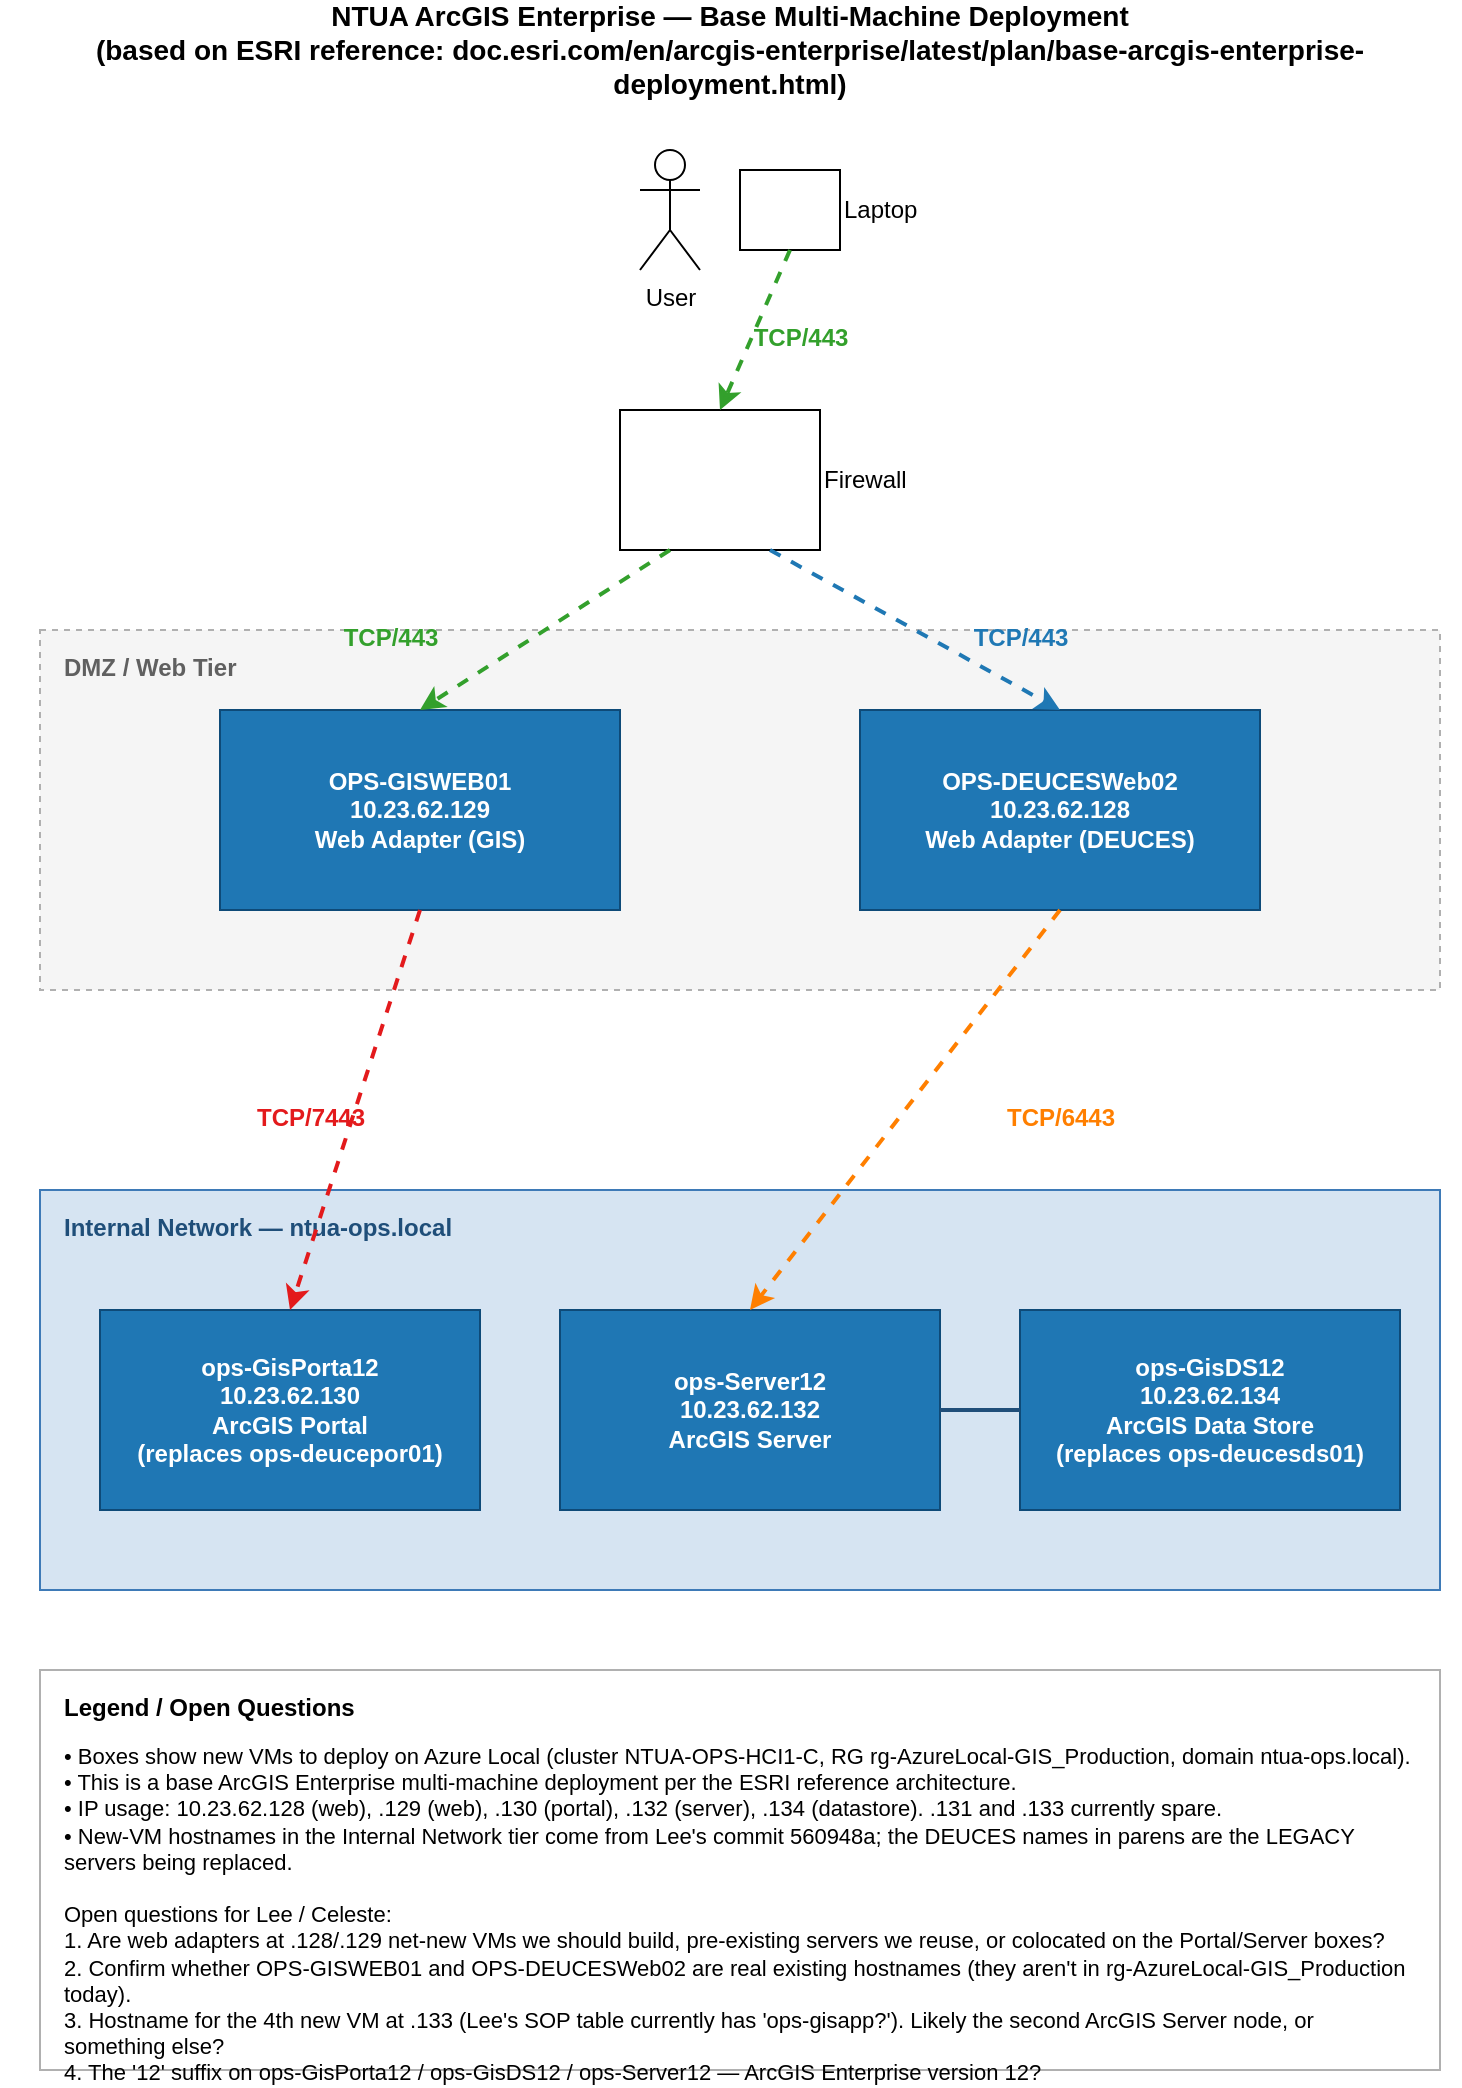
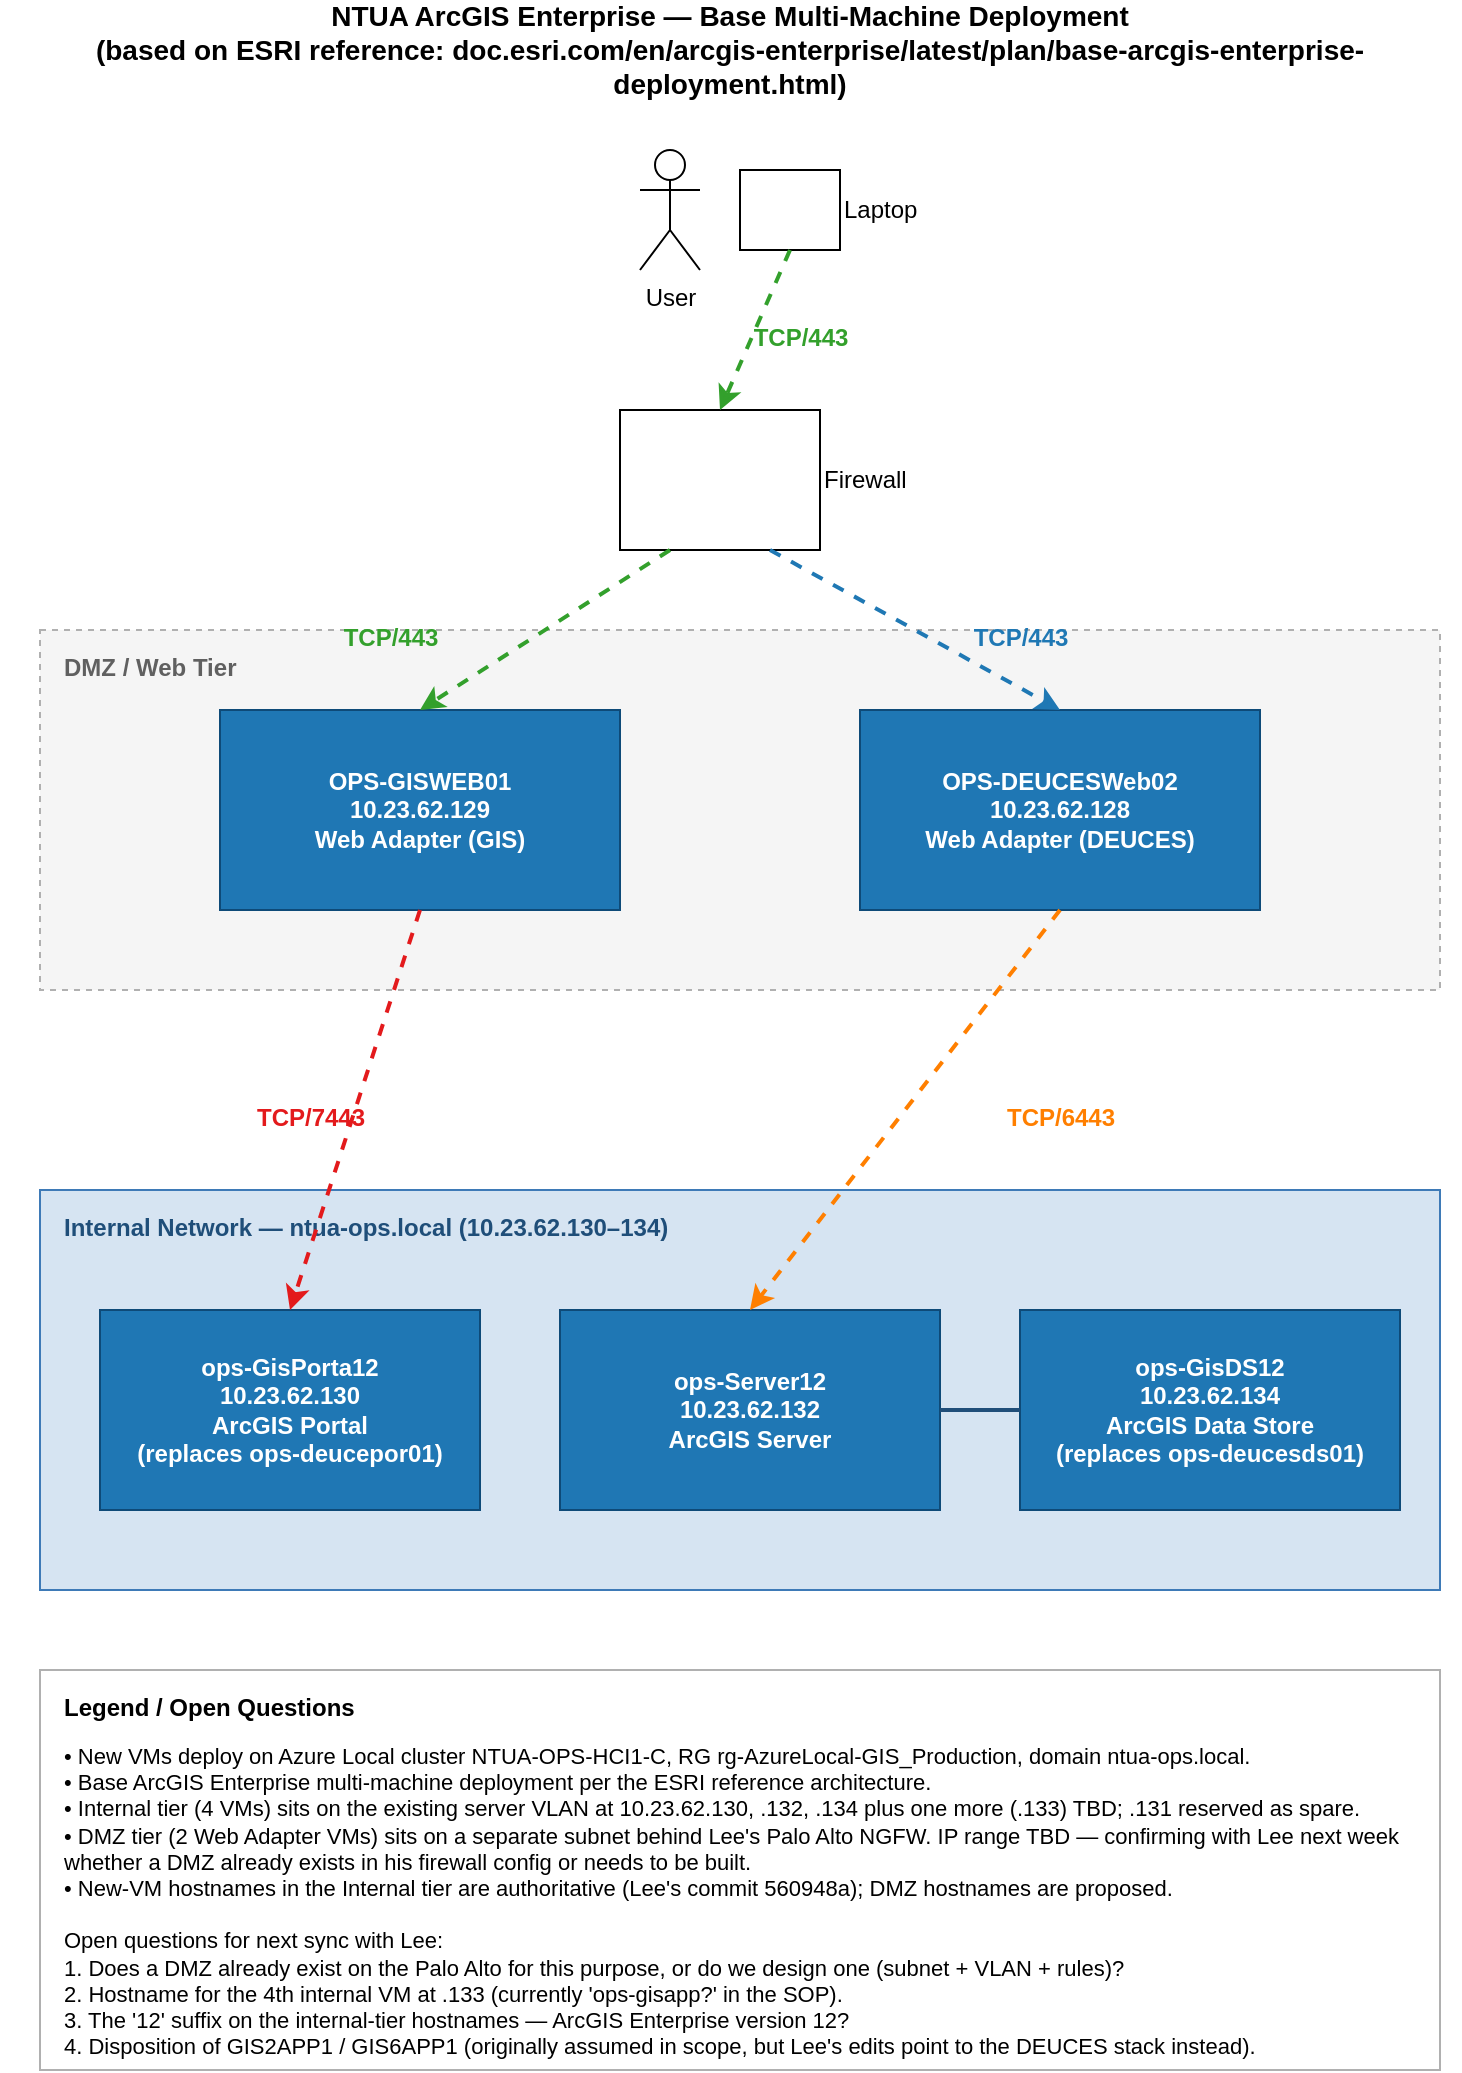
<mxfile host="65bd71144e">
-   <diagram name="ArcGIS Enterprise — NTUA" id="ntua-arcgis-v1">
-     <mxGraphModel dx="1422" dy="794" grid="1" gridSize="10" guides="1" tooltips="1" connect="1" arrows="1" fold="1" page="1" pageScale="1" pageWidth="850" pageHeight="1100" math="0" shadow="0">
-       <root>
-         <mxCell id="0" />
-         <mxCell id="1" parent="0" />
-         <mxCell id="title" value="NTUA ArcGIS Enterprise — Base Multi-Machine Deployment&#10;(based on ESRI reference: doc.esri.com/en/arcgis-enterprise/latest/plan/base-arcgis-enterprise-deployment.html)" style="text;html=1;align=center;verticalAlign=middle;whiteSpace=wrap;fontSize=14;fontStyle=1;" vertex="1" parent="1">
-           <mxGeometry x="60" y="20" width="730" height="40" as="geometry" />
-         </mxCell>
-         <mxCell id="user" value="User" style="shape=umlActor;verticalLabelPosition=bottom;labelPosition=center;verticalAlign=top;html=1;outlineConnect=0;" vertex="1" parent="1">
-           <mxGeometry x="380" y="90" width="30" height="60" as="geometry" />
-         </mxCell>
-         <mxCell id="laptop" value="Laptop" style="shape=mscae/Laptop;html=1;labelPosition=right;align=left;verticalAlign=middle;" vertex="1" parent="1">
-           <mxGeometry x="430" y="100" width="50" height="40" as="geometry" />
-         </mxCell>
-         <mxCell id="fw" value="Firewall" style="shape=mscae/Firewall;html=1;labelPosition=right;align=left;verticalAlign=middle;" vertex="1" parent="1">
-           <mxGeometry x="370" y="220" width="100" height="70" as="geometry" />
-         </mxCell>
-         <mxCell id="e-user-fw" style="endArrow=classic;html=1;dashed=1;strokeColor=#33A02C;strokeWidth=2;fontColor=#33A02C;exitX=0.5;exitY=1;exitDx=0;exitDy=0;entryX=0.5;entryY=0;entryDx=0;entryDy=0;" edge="1" parent="1" source="laptop" target="fw">
-           <mxGeometry relative="1" as="geometry" />
-         </mxCell>
-         <mxCell id="l-user-fw" value="TCP/443" style="text;html=1;align=center;fontColor=#33A02C;fontStyle=1;" vertex="1" parent="1">
-           <mxGeometry x="430" y="170" width="60" height="20" as="geometry" />
-         </mxCell>
-         <mxCell id="dmz-bg" value="" style="rounded=0;whiteSpace=wrap;html=1;fillColor=#F5F5F5;strokeColor=#B0B0B0;dashed=1;" vertex="1" parent="1">
-           <mxGeometry x="80" y="330" width="700" height="180" as="geometry" />
-         </mxCell>
-         <mxCell id="dmz-lbl" value="DMZ / Web Tier" style="text;html=1;align=left;fontStyle=1;fontColor=#606060;" vertex="1" parent="1">
-           <mxGeometry x="90" y="335" width="140" height="20" as="geometry" />
-         </mxCell>
-         <mxCell id="web-gis" value="OPS-GISWEB01&#10;10.23.62.129&#10;Web Adapter (GIS)" style="rounded=0;whiteSpace=wrap;html=1;fillColor=#1F77B4;strokeColor=#0E4A78;fontColor=#FFFFFF;fontStyle=1;" vertex="1" parent="1">
-           <mxGeometry x="170" y="370" width="200" height="100" as="geometry" />
-         </mxCell>
-         <mxCell id="web-deuce" value="OPS-DEUCESWeb02&#10;10.23.62.128&#10;Web Adapter (DEUCES)" style="rounded=0;whiteSpace=wrap;html=1;fillColor=#1F77B4;strokeColor=#0E4A78;fontColor=#FFFFFF;fontStyle=1;" vertex="1" parent="1">
-           <mxGeometry x="490" y="370" width="200" height="100" as="geometry" />
-         </mxCell>
-         <mxCell id="e-fw-web1" style="endArrow=classic;html=1;dashed=1;strokeColor=#33A02C;strokeWidth=2;fontColor=#33A02C;exitX=0.25;exitY=1;exitDx=0;exitDy=0;entryX=0.5;entryY=0;entryDx=0;entryDy=0;" edge="1" parent="1" source="fw" target="web-gis">
-           <mxGeometry relative="1" as="geometry" />
-         </mxCell>
-         <mxCell id="e-fw-web2" style="endArrow=classic;html=1;dashed=1;strokeColor=#1F78B4;strokeWidth=2;fontColor=#1F78B4;exitX=0.75;exitY=1;exitDx=0;exitDy=0;entryX=0.5;entryY=0;entryDx=0;entryDy=0;" edge="1" parent="1" source="fw" target="web-deuce">
-           <mxGeometry relative="1" as="geometry" />
-         </mxCell>
-         <mxCell id="l-fw-web1" value="TCP/443" style="text;html=1;align=center;fontColor=#33A02C;fontStyle=1;" vertex="1" parent="1">
-           <mxGeometry x="225" y="320" width="60" height="20" as="geometry" />
-         </mxCell>
-         <mxCell id="l-fw-web2" value="TCP/443" style="text;html=1;align=center;fontColor=#1F78B4;fontStyle=1;" vertex="1" parent="1">
-           <mxGeometry x="540" y="320" width="60" height="20" as="geometry" />
-         </mxCell>
-         <mxCell id="int-bg" value="" style="rounded=0;whiteSpace=wrap;html=1;fillColor=#D6E4F2;strokeColor=#3E7AB7;dashed=0;" vertex="1" parent="1">
-           <mxGeometry x="80" y="610" width="700" height="200" as="geometry" />
-         </mxCell>
-         <mxCell id="int-lbl" value="Internal Network — ntua-ops.local" style="text;html=1;align=left;fontStyle=1;fontColor=#1F4E79;" vertex="1" parent="1">
-           <mxGeometry x="90" y="615" width="300" height="20" as="geometry" />
-         </mxCell>
-         <mxCell id="portal" value="ops-GisPorta12&#10;10.23.62.130&#10;ArcGIS Portal&#10;(replaces ops-deucepor01)" style="rounded=0;whiteSpace=wrap;html=1;fillColor=#1F77B4;strokeColor=#0E4A78;fontColor=#FFFFFF;fontStyle=1;" vertex="1" parent="1">
-           <mxGeometry x="110" y="670" width="190" height="100" as="geometry" />
-         </mxCell>
-         <mxCell id="server" value="ops-Server12&#10;10.23.62.132&#10;ArcGIS Server" style="rounded=0;whiteSpace=wrap;html=1;fillColor=#1F77B4;strokeColor=#0E4A78;fontColor=#FFFFFF;fontStyle=1;" vertex="1" parent="1">
-           <mxGeometry x="340" y="670" width="190" height="100" as="geometry" />
-         </mxCell>
-         <mxCell id="datastore" value="ops-GisDS12&#10;10.23.62.134&#10;ArcGIS Data Store&#10;(replaces ops-deucesds01)" style="rounded=0;whiteSpace=wrap;html=1;fillColor=#1F77B4;strokeColor=#0E4A78;fontColor=#FFFFFF;fontStyle=1;" vertex="1" parent="1">
-           <mxGeometry x="570" y="670" width="190" height="100" as="geometry" />
-         </mxCell>
-         <mxCell id="e-web1-portal" style="endArrow=classic;html=1;dashed=1;strokeColor=#E31A1C;strokeWidth=2;fontColor=#E31A1C;exitX=0.5;exitY=1;exitDx=0;exitDy=0;entryX=0.5;entryY=0;entryDx=0;entryDy=0;" edge="1" parent="1" source="web-gis" target="portal">
-           <mxGeometry relative="1" as="geometry" />
-         </mxCell>
-         <mxCell id="l-web1-portal" value="TCP/7443" style="text;html=1;align=center;fontColor=#E31A1C;fontStyle=1;" vertex="1" parent="1">
-           <mxGeometry x="180" y="560" width="70" height="20" as="geometry" />
-         </mxCell>
-         <mxCell id="e-web2-server" style="endArrow=classic;html=1;dashed=1;strokeColor=#FF7F00;strokeWidth=2;fontColor=#FF7F00;exitX=0.5;exitY=1;exitDx=0;exitDy=0;entryX=0.5;entryY=0;entryDx=0;entryDy=0;" edge="1" parent="1" source="web-deuce" target="server">
-           <mxGeometry relative="1" as="geometry" />
-         </mxCell>
-         <mxCell id="l-web2-server" value="TCP/6443" style="text;html=1;align=center;fontColor=#FF7F00;fontStyle=1;" vertex="1" parent="1">
-           <mxGeometry x="555" y="560" width="70" height="20" as="geometry" />
-         </mxCell>
-         <mxCell id="e-server-ds" style="endArrow=none;html=1;strokeColor=#1F4E79;strokeWidth=2;exitX=1;exitY=0.5;exitDx=0;exitDy=0;entryX=0;entryY=0.5;entryDx=0;entryDy=0;" edge="1" parent="1" source="server" target="datastore">
-           <mxGeometry relative="1" as="geometry" />
-         </mxCell>
-         <mxCell id="legend-bg" value="" style="rounded=0;whiteSpace=wrap;html=1;fillColor=#FFFFFF;strokeColor=#B0B0B0;dashed=0;" vertex="1" parent="1">
-           <mxGeometry x="80" y="850" width="700" height="200" as="geometry" />
-         </mxCell>
-         <mxCell id="legend-title" value="Legend / Open Questions" style="text;html=1;align=left;fontStyle=1;fontSize=12;" vertex="1" parent="1">
-           <mxGeometry x="90" y="855" width="300" height="20" as="geometry" />
-         </mxCell>
-         <mxCell id="legend-body" value="• Boxes show new VMs to deploy on Azure Local (cluster NTUA-OPS-HCI1-C, RG rg-AzureLocal-GIS_Production, domain ntua-ops.local).&#10;• This is a base ArcGIS Enterprise multi-machine deployment per the ESRI reference architecture.&#10;• IP usage: 10.23.62.128 (web), .129 (web), .130 (portal), .132 (server), .134 (datastore). .131 and .133 currently spare.&#10;• New-VM hostnames in the Internal Network tier come from Lee's commit 560948a; the DEUCES names in parens are the LEGACY servers being replaced.&#10;&#10;Open questions for Lee / Celeste:&#10; 1. Are web adapters at .128/.129 net-new VMs we should build, pre-existing servers we reuse, or colocated on the Portal/Server boxes?&#10; 2. Confirm whether OPS-GISWEB01 and OPS-DEUCESWeb02 are real existing hostnames (they aren't in rg-AzureLocal-GIS_Production today).&#10; 3. Hostname for the 4th new VM at .133 (Lee's SOP table currently has 'ops-gisapp?'). Likely the second ArcGIS Server node, or something else?&#10; 4. The '12' suffix on ops-GisPorta12 / ops-GisDS12 / ops-Server12 — ArcGIS Enterprise version 12?" style="text;html=1;align=left;verticalAlign=top;whiteSpace=wrap;fontSize=11;" vertex="1" parent="1">
-           <mxGeometry x="90" y="880" width="680" height="170" as="geometry" />
-         </mxCell>
-       </root>
-     </mxGraphModel>
-   </diagram>
- </mxfile>
+     <diagram name="ArcGIS Enterprise — NTUA" id="ntua-arcgis-v1">
+         <mxGraphModel dx="961" dy="844" grid="1" gridSize="10" guides="1" tooltips="1" connect="1" arrows="1" fold="1" page="1" pageScale="1" pageWidth="850" pageHeight="1100" math="0" shadow="0">
+             <root>
+                 <mxCell id="0"/>
+                 <mxCell id="1" parent="0"/>
+                 <mxCell id="title" value="NTUA ArcGIS Enterprise — Base Multi-Machine Deployment&#xa;(based on ESRI reference: doc.esri.com/en/arcgis-enterprise/latest/plan/base-arcgis-enterprise-deployment.html)" style="text;html=1;align=center;verticalAlign=middle;whiteSpace=wrap;fontSize=14;fontStyle=1;" parent="1" vertex="1">
+                     <mxGeometry x="60" y="20" width="730" height="40" as="geometry"/>
+                 </mxCell>
+                 <mxCell id="user" value="User" style="shape=umlActor;verticalLabelPosition=bottom;labelPosition=center;verticalAlign=top;html=1;outlineConnect=0;" parent="1" vertex="1">
+                     <mxGeometry x="380" y="90" width="30" height="60" as="geometry"/>
+                 </mxCell>
+                 <mxCell id="laptop" value="Laptop" style="shape=mscae/Laptop;html=1;labelPosition=right;align=left;verticalAlign=middle;" parent="1" vertex="1">
+                     <mxGeometry x="430" y="100" width="50" height="40" as="geometry"/>
+                 </mxCell>
+                 <mxCell id="fw" value="Firewall" style="shape=mscae/Firewall;html=1;labelPosition=right;align=left;verticalAlign=middle;" parent="1" vertex="1">
+                     <mxGeometry x="370" y="220" width="100" height="70" as="geometry"/>
+                 </mxCell>
+                 <mxCell id="e-user-fw" style="endArrow=classic;html=1;dashed=1;strokeColor=#33A02C;strokeWidth=2;fontColor=#33A02C;exitX=0.5;exitY=1;exitDx=0;exitDy=0;entryX=0.5;entryY=0;entryDx=0;entryDy=0;" parent="1" source="laptop" target="fw" edge="1">
+                     <mxGeometry relative="1" as="geometry"/>
+                 </mxCell>
+                 <mxCell id="l-user-fw" value="TCP/443" style="text;html=1;align=center;fontColor=#33A02C;fontStyle=1;" parent="1" vertex="1">
+                     <mxGeometry x="430" y="170" width="60" height="20" as="geometry"/>
+                 </mxCell>
+                 <mxCell id="dmz-bg" value="" style="rounded=0;whiteSpace=wrap;html=1;fillColor=#F5F5F5;strokeColor=#B0B0B0;dashed=1;" parent="1" vertex="1">
+                     <mxGeometry x="80" y="330" width="700" height="180" as="geometry"/>
+                 </mxCell>
+                 <mxCell id="dmz-lbl" value="DMZ / Web Tier" style="text;html=1;align=left;fontStyle=1;fontColor=#606060;" parent="1" vertex="1">
+                     <mxGeometry x="90" y="335" width="140" height="20" as="geometry"/>
+                 </mxCell>
+                 <mxCell id="web-gis" value="OPS-GISWEB01&#xa;10.23.62.129&#xa;Web Adapter (GIS)" style="rounded=0;whiteSpace=wrap;html=1;fillColor=#1F77B4;strokeColor=#0E4A78;fontColor=#FFFFFF;fontStyle=1;" parent="1" vertex="1">
+                     <mxGeometry x="170" y="370" width="200" height="100" as="geometry"/>
+                 </mxCell>
+                 <mxCell id="web-deuce" value="OPS-DEUCESWeb02&#xa;10.23.62.128&#xa;Web Adapter (DEUCES)" style="rounded=0;whiteSpace=wrap;html=1;fillColor=#1F77B4;strokeColor=#0E4A78;fontColor=#FFFFFF;fontStyle=1;" parent="1" vertex="1">
+                     <mxGeometry x="490" y="370" width="200" height="100" as="geometry"/>
+                 </mxCell>
+                 <mxCell id="e-fw-web1" style="endArrow=classic;html=1;dashed=1;strokeColor=#33A02C;strokeWidth=2;fontColor=#33A02C;exitX=0.25;exitY=1;exitDx=0;exitDy=0;entryX=0.5;entryY=0;entryDx=0;entryDy=0;" parent="1" source="fw" target="web-gis" edge="1">
+                     <mxGeometry relative="1" as="geometry"/>
+                 </mxCell>
+                 <mxCell id="e-fw-web2" style="endArrow=classic;html=1;dashed=1;strokeColor=#1F78B4;strokeWidth=2;fontColor=#1F78B4;exitX=0.75;exitY=1;exitDx=0;exitDy=0;entryX=0.5;entryY=0;entryDx=0;entryDy=0;" parent="1" source="fw" target="web-deuce" edge="1">
+                     <mxGeometry relative="1" as="geometry"/>
+                 </mxCell>
+                 <mxCell id="l-fw-web1" value="TCP/443" style="text;html=1;align=center;fontColor=#33A02C;fontStyle=1;" parent="1" vertex="1">
+                     <mxGeometry x="225" y="320" width="60" height="20" as="geometry"/>
+                 </mxCell>
+                 <mxCell id="l-fw-web2" value="TCP/443" style="text;html=1;align=center;fontColor=#1F78B4;fontStyle=1;" parent="1" vertex="1">
+                     <mxGeometry x="540" y="320" width="60" height="20" as="geometry"/>
+                 </mxCell>
+                 <mxCell id="int-bg" value="" style="rounded=0;whiteSpace=wrap;html=1;fillColor=#D6E4F2;strokeColor=#3E7AB7;dashed=0;" parent="1" vertex="1">
+                     <mxGeometry x="80" y="610" width="700" height="200" as="geometry"/>
+                 </mxCell>
+                 <mxCell id="int-lbl" value="Internal Network — ntua-ops.local (10.23.62.130–134)" style="text;html=1;align=left;fontStyle=1;fontColor=#1F4E79;" parent="1" vertex="1">
+                     <mxGeometry x="90" y="615" width="400" height="20" as="geometry"/>
+                 </mxCell>
+                 <mxCell id="portal" value="ops-GisPorta12&#xa;10.23.62.130&#xa;ArcGIS Portal&#xa;(replaces ops-deucepor01)" style="rounded=0;whiteSpace=wrap;html=1;fillColor=#1F77B4;strokeColor=#0E4A78;fontColor=#FFFFFF;fontStyle=1;" parent="1" vertex="1">
+                     <mxGeometry x="110" y="670" width="190" height="100" as="geometry"/>
+                 </mxCell>
+                 <mxCell id="server" value="ops-Server12&#xa;10.23.62.132&#xa;ArcGIS Server" style="rounded=0;whiteSpace=wrap;html=1;fillColor=#1F77B4;strokeColor=#0E4A78;fontColor=#FFFFFF;fontStyle=1;" parent="1" vertex="1">
+                     <mxGeometry x="340" y="670" width="190" height="100" as="geometry"/>
+                 </mxCell>
+                 <mxCell id="datastore" value="ops-GisDS12&#xa;10.23.62.134&#xa;ArcGIS Data Store&#xa;(replaces ops-deucesds01)" style="rounded=0;whiteSpace=wrap;html=1;fillColor=#1F77B4;strokeColor=#0E4A78;fontColor=#FFFFFF;fontStyle=1;" parent="1" vertex="1">
+                     <mxGeometry x="570" y="670" width="190" height="100" as="geometry"/>
+                 </mxCell>
+                 <mxCell id="e-web1-portal" style="endArrow=classic;html=1;dashed=1;strokeColor=#E31A1C;strokeWidth=2;fontColor=#E31A1C;exitX=0.5;exitY=1;exitDx=0;exitDy=0;entryX=0.5;entryY=0;entryDx=0;entryDy=0;" parent="1" source="web-gis" target="portal" edge="1">
+                     <mxGeometry relative="1" as="geometry"/>
+                 </mxCell>
+                 <mxCell id="l-web1-portal" value="TCP/7443" style="text;html=1;align=center;fontColor=#E31A1C;fontStyle=1;" parent="1" vertex="1">
+                     <mxGeometry x="180" y="560" width="70" height="20" as="geometry"/>
+                 </mxCell>
+                 <mxCell id="e-web2-server" style="endArrow=classic;html=1;dashed=1;strokeColor=#FF7F00;strokeWidth=2;fontColor=#FF7F00;exitX=0.5;exitY=1;exitDx=0;exitDy=0;entryX=0.5;entryY=0;entryDx=0;entryDy=0;" parent="1" source="web-deuce" target="server" edge="1">
+                     <mxGeometry relative="1" as="geometry"/>
+                 </mxCell>
+                 <mxCell id="l-web2-server" value="TCP/6443" style="text;html=1;align=center;fontColor=#FF7F00;fontStyle=1;" parent="1" vertex="1">
+                     <mxGeometry x="555" y="560" width="70" height="20" as="geometry"/>
+                 </mxCell>
+                 <mxCell id="e-server-ds" style="endArrow=none;html=1;strokeColor=#1F4E79;strokeWidth=2;exitX=1;exitY=0.5;exitDx=0;exitDy=0;entryX=0;entryY=0.5;entryDx=0;entryDy=0;" parent="1" source="server" target="datastore" edge="1">
+                     <mxGeometry relative="1" as="geometry"/>
+                 </mxCell>
+                 <mxCell id="legend-bg" value="" style="rounded=0;whiteSpace=wrap;html=1;fillColor=#FFFFFF;strokeColor=#B0B0B0;dashed=0;" parent="1" vertex="1">
+                     <mxGeometry x="80" y="850" width="700" height="200" as="geometry"/>
+                 </mxCell>
+                 <mxCell id="legend-title" value="Legend / Open Questions" style="text;html=1;align=left;fontStyle=1;fontSize=12;" parent="1" vertex="1">
+                     <mxGeometry x="90" y="855" width="300" height="20" as="geometry"/>
+                 </mxCell>
+                 <mxCell id="legend-body" value="• New VMs deploy on Azure Local cluster NTUA-OPS-HCI1-C, RG rg-AzureLocal-GIS_Production, domain ntua-ops.local.&#xa;• Base ArcGIS Enterprise multi-machine deployment per the ESRI reference architecture.&#xa;• Internal tier (4 VMs) sits on the existing server VLAN at 10.23.62.130, .132, .134 plus one more (.133) TBD; .131 reserved as spare.&#xa;• DMZ tier (2 Web Adapter VMs) sits on a separate subnet behind Lee&#39;s Palo Alto NGFW. IP range TBD — confirming with Lee next week whether a DMZ already exists in his firewall config or needs to be built.&#xa;• New-VM hostnames in the Internal tier are authoritative (Lee&#39;s commit 560948a); DMZ hostnames are proposed.&#xa;&#xa;Open questions for next sync with Lee:&#xa; 1. Does a DMZ already exist on the Palo Alto for this purpose, or do we design one (subnet + VLAN + rules)?&#xa; 2. Hostname for the 4th internal VM at .133 (currently &#39;ops-gisapp?&#39; in the SOP).&#xa; 3. The &#39;12&#39; suffix on the internal-tier hostnames — ArcGIS Enterprise version 12?&#xa; 4. Disposition of GIS2APP1 / GIS6APP1 (originally assumed in scope, but Lee&#39;s edits point to the DEUCES stack instead)." style="text;html=1;align=left;verticalAlign=top;whiteSpace=wrap;fontSize=11;" parent="1" vertex="1">
+                     <mxGeometry x="90" y="880" width="680" height="170" as="geometry"/>
+                 </mxCell>
+             </root>
+         </mxGraphModel>
+     </diagram>
+ </mxfile>